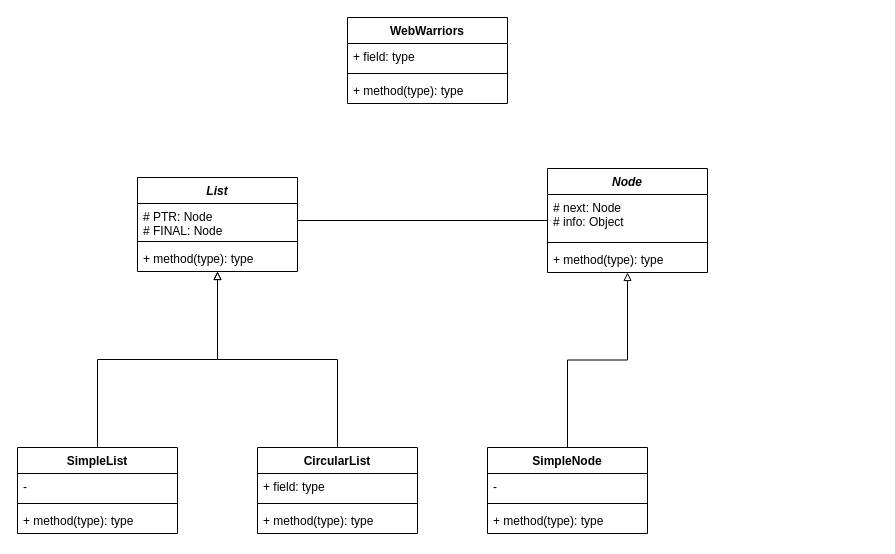
Earlier version of the draw.io diagram Web warriors.drawio (Ally2403/Web-Warriors). Source tidied: cells renumbered, new cells numbered last; positions are measured from the earlier drawing's top-left corner, leaving out a move shared by most shapes. Both pictures are drawn from the tidied source at 100%, with x=0, y=0 at pixel (17, 17).
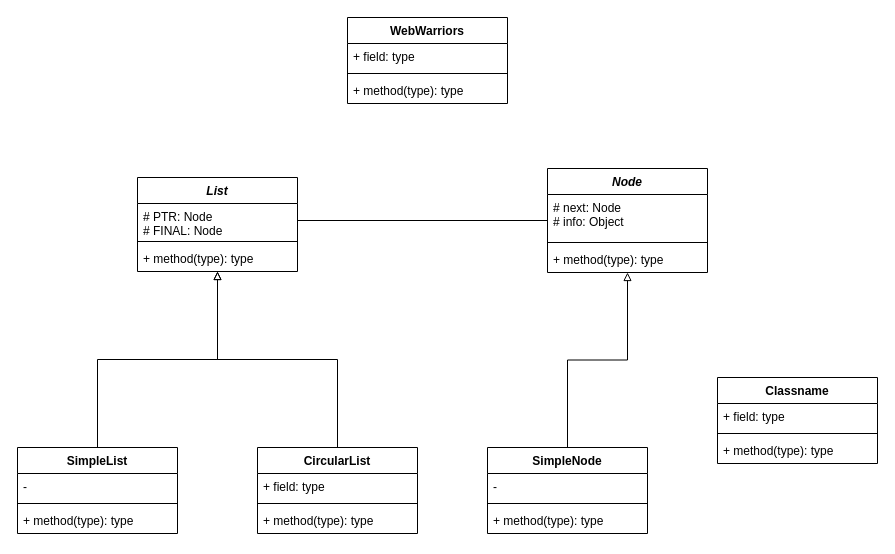
The same page after the edit.

Diff of the diagram source:
```diff
@@
+    <mxCell id="30" value="Classname" style="swimlane;fontStyle=1;align=center;verticalAlign=top;horizontal=1;startSize=26;whiteSpace=wrap;html=1;" parent="1" vertex="1">
+      <mxGeometry x="700" y="360" width="160" height="86" as="geometry" />
+    </mxCell>
+    <mxCell id="31" value="+ field: type" style="text;strokeColor=none;fillColor=none;align=left;verticalAlign=top;spacingLeft=4;spacingRight=4;overflow=hidden;whiteSpace=wrap;html=1;" parent="30" vertex="1">
+      <mxGeometry y="26" width="160" height="26" as="geometry" />
+    </mxCell>
+    <mxCell id="32" style="line;strokeWidth=1;fillColor=none;align=left;verticalAlign=middle;spacingTop=-1;spacingLeft=3;spacingRight=3;labelPosition=right;strokeColor=inherit;" parent="30" vertex="1">
+      <mxGeometry y="52" width="160" height="8" as="geometry" />
+    </mxCell>
+    <mxCell id="33" value="+ method(type): type" style="text;strokeColor=none;fillColor=none;align=left;verticalAlign=top;spacingLeft=4;spacingRight=4;overflow=hidden;whiteSpace=wrap;html=1;" parent="30" vertex="1">
+      <mxGeometry y="60" width="160" height="26" as="geometry" />
+    </mxCell>
```
